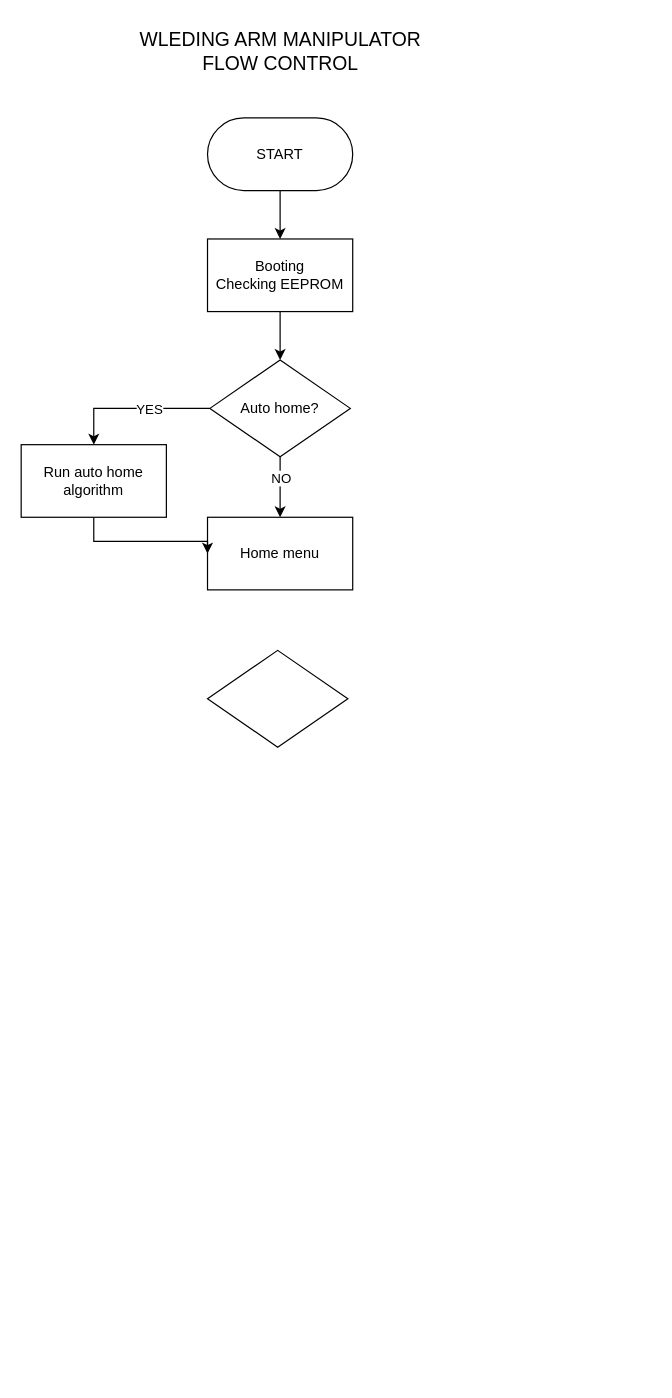
This is page "Teach Pendant" (1 of 2) of Breakdown/Flow Control.drawio from AlfonsusGiovanni/Welding-Arm-Manipulator, a draw.io file, before an edit. Source tidied: cells renumbered, new cells numbered last; positions are measured from the earlier drawing's top-left corner, leaving out a move shared by most shapes. Both pictures are drawn from the tidied source at 121%, with x=0, y=0 at pixel (21, 21).
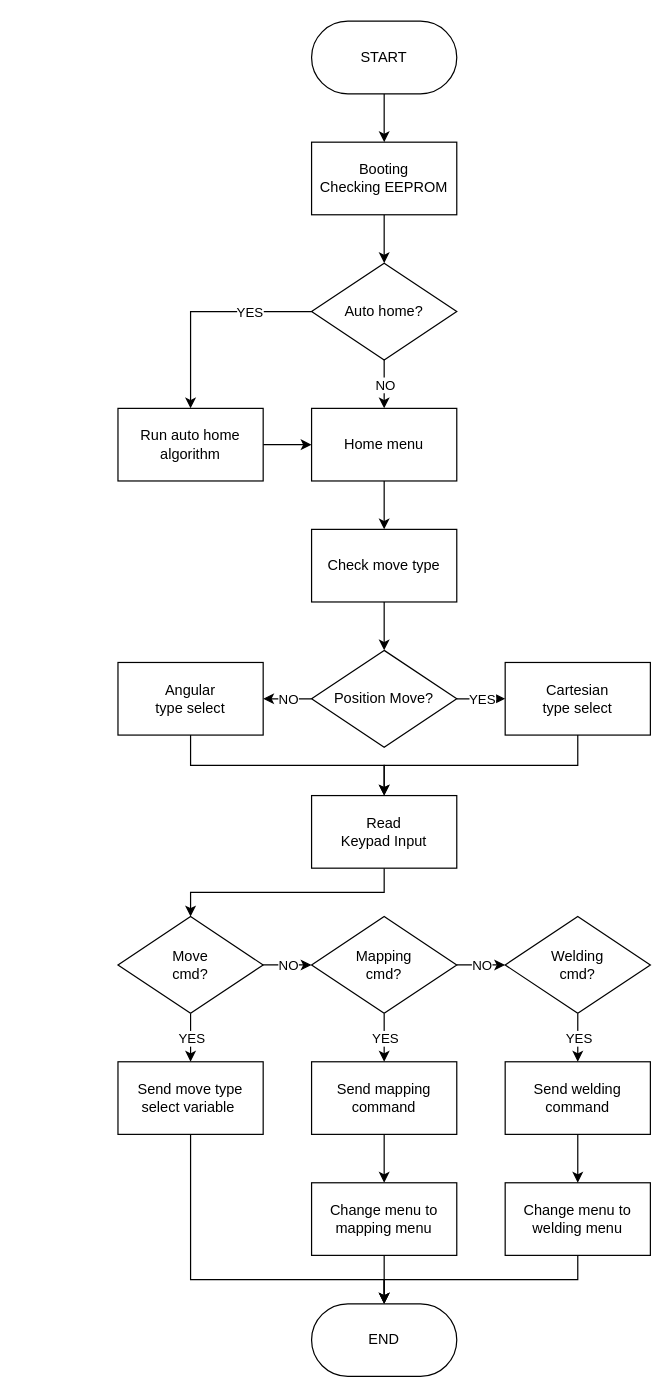
Above is the later version.

The change refers to these unchanged cells:
```xml
<mxCell id="7" style="edgeStyle=orthogonalEdgeStyle;rounded=0;jettySize=auto;html=1;" parent="1" edge="1" source="11" target="12">
  <mxGeometry relative="1" as="geometry" />
</mxCell>
<mxCell id="9" style="edgeStyle=orthogonalEdgeStyle;rounded=0;jettySize=auto;html=1;entryX=0.5;entryY=0;entryDx=0;entryDy=0;" parent="1" edge="1" source="11" target="14">
  <mxGeometry relative="1" as="geometry" />
</mxCell>
```

Change to the diagram source:
```diff
@@
-    <mxCell id="2" value="&lt;div style=&quot;font-size: 16px;&quot;&gt;WLEDING ARM MANIPULATOR&lt;/div&gt;FLOW CONTROL" style="text;html=1;align=center;verticalAlign=middle;strokeColor=none;fillColor=none;fontSize=16;" parent="1" vertex="1">
-      <mxGeometry x="84" width="260" height="50" as="geometry" />
-    </mxCell>
@@
     <mxCell id="4" value="Booting&lt;div&gt;Checking EEPROM&lt;/div&gt;" style="rounded=0;whiteSpace=wrap;html=1;" parent="1" vertex="1">
-      <mxGeometry x="154" y="180" width="120" height="60" as="geometry" />
+      <mxGeometry x="240" y="100" width="120" height="60" as="geometry" />
     </mxCell>
@@
     <mxCell id="6" value="START" style="rounded=1;whiteSpace=wrap;html=1;arcSize=50;" parent="1" vertex="1">
-      <mxGeometry x="154" y="80" width="120" height="60" as="geometry" />
+      <mxGeometry x="240" width="120" height="60" as="geometry" />
     </mxCell>
@@
     <mxCell id="8" value="NO" style="edgeLabel;html=1;align=center;verticalAlign=middle;" parent="7" vertex="1">
-      <mxGeometry x="-0.33" y="2" relative="1" as="geometry">
-        <mxPoint x="-2" as="offset" />
-      </mxGeometry>
+      <mxGeometry relative="1" as="geometry" />
     </mxCell>
@@
     <mxCell id="10" value="YES" style="edgeLabel;html=1;align=center;verticalAlign=middle;" parent="9" vertex="1">
-      <mxGeometry x="-0.05" relative="1" as="geometry">
-        <mxPoint x="9" as="offset" />
+      <mxGeometry relative="1" as="geometry">
+        <mxPoint x="38" as="offset" />
       </mxGeometry>
     </mxCell>
     <mxCell id="11" value="Auto home?" style="rhombus;whiteSpace=wrap;html=1;" parent="1" vertex="1">
-      <mxGeometry x="156" y="280" width="116" height="80" as="geometry" />
+      <mxGeometry x="240" y="200" width="120" height="80" as="geometry" />
     </mxCell>
+    <mxCell id="16" style="edgeStyle=orthogonalEdgeStyle;rounded=0;jettySize=auto;html=1;" parent="1" edge="1" source="12" target="18">
+      <mxGeometry relative="1" as="geometry" />
+    </mxCell>
     <mxCell id="12" value="Home menu" style="rounded=0;whiteSpace=wrap;html=1;" parent="1" vertex="1">
-      <mxGeometry x="154" y="410" width="120" height="60" as="geometry" />
+      <mxGeometry x="240" y="320" width="120" height="60" as="geometry" />
     </mxCell>
-    <mxCell id="13" style="edgeStyle=orthogonalEdgeStyle;rounded=0;jettySize=auto;html=1;entryX=0;entryY=0.5;entryDx=0;entryDy=0;" parent="1" edge="1" source="14" target="12">
-      <mxGeometry relative="1" as="geometry">
-        <Array as="points">
-          <mxPoint x="60" y="430" />
-        </Array>
-      </mxGeometry>
+    <mxCell id="13" style="edgeStyle=orthogonalEdgeStyle;rounded=0;jettySize=auto;html=1;exitX=1;exitY=0.5;exitDx=0;exitDy=0;entryX=0;entryY=0.5;entryDx=0;entryDy=0;" parent="1" edge="1" source="14" target="12">
+      <mxGeometry relative="1" as="geometry" />
     </mxCell>
     <mxCell id="14" value="Run auto home algorithm" style="rounded=0;whiteSpace=wrap;html=1;" parent="1" vertex="1">
-      <mxGeometry y="350" width="120" height="60" as="geometry" />
+      <mxGeometry x="80" y="320" width="120" height="60" as="geometry" />
     </mxCell>
-    <mxCell id="15" style="rhombus;whiteSpace=wrap;html=1;" parent="1" vertex="1">
-      <mxGeometry x="154" y="520" width="116" height="80" as="geometry" />
-    </mxCell>
+    <mxCell id="17" style="edgeStyle=orthogonalEdgeStyle;rounded=0;jettySize=auto;html=1;" parent="1" edge="1" source="18" target="25">
+      <mxGeometry relative="1" as="geometry" />
+    </mxCell>
+    <mxCell id="18" value="Check move type" style="rounded=0;whiteSpace=wrap;html=1;" parent="1" vertex="1">
+      <mxGeometry x="240" y="420" width="120" height="60" as="geometry" />
+    </mxCell>
+    <mxCell id="19" style="edgeStyle=orthogonalEdgeStyle;rounded=0;jettySize=auto;html=1;exitX=0.5;exitY=1;exitDx=0;exitDy=0;entryX=0.5;entryY=0;entryDx=0;entryDy=0;" parent="1" edge="1" source="20" target="34">
+      <mxGeometry relative="1" as="geometry" />
+    </mxCell>
+    <mxCell id="20" value="Read&lt;div&gt;Keypad Input&lt;/div&gt;" style="rounded=0;whiteSpace=wrap;html=1;" parent="1" vertex="1">
+      <mxGeometry x="240" y="640" width="120" height="60" as="geometry" />
+    </mxCell>
+    <mxCell id="21" style="edgeStyle=orthogonalEdgeStyle;rounded=0;jettySize=auto;html=1;" parent="1" edge="1" source="25" target="27">
+      <mxGeometry relative="1" as="geometry" />
+    </mxCell>
+    <mxCell id="22" value="YES" style="edgeLabel;html=1;align=center;verticalAlign=middle;" parent="21" vertex="1">
+      <mxGeometry relative="1" as="geometry" />
+    </mxCell>
+    <mxCell id="23" style="edgeStyle=orthogonalEdgeStyle;rounded=0;jettySize=auto;html=1;" parent="1" edge="1" source="25" target="29">
+      <mxGeometry relative="1" as="geometry" />
+    </mxCell>
+    <mxCell id="24" value="NO" style="edgeLabel;html=1;align=center;verticalAlign=middle;" parent="23" vertex="1">
+      <mxGeometry relative="1" as="geometry" />
+    </mxCell>
+    <mxCell id="25" value="Position Move?" style="rhombus;whiteSpace=wrap;html=1;" parent="1" vertex="1">
+      <mxGeometry x="240" y="520" width="120" height="80" as="geometry" />
+    </mxCell>
+    <mxCell id="26" style="edgeStyle=orthogonalEdgeStyle;rounded=0;jettySize=auto;html=1;exitX=0.5;exitY=1;exitDx=0;exitDy=0;entryX=0.5;entryY=0;entryDx=0;entryDy=0;" parent="1" edge="1" source="27" target="20">
+      <mxGeometry relative="1" as="geometry" />
+    </mxCell>
+    <mxCell id="27" value="Cartesian&lt;div&gt;type&amp;nbsp;&lt;span style=&quot;background-color: initial;&quot;&gt;select&lt;/span&gt;&lt;/div&gt;" style="rounded=0;whiteSpace=wrap;html=1;" parent="1" vertex="1">
+      <mxGeometry x="400" y="530" width="120" height="60" as="geometry" />
+    </mxCell>
+    <mxCell id="28" style="edgeStyle=orthogonalEdgeStyle;rounded=0;jettySize=auto;html=1;exitX=0.5;exitY=1;exitDx=0;exitDy=0;entryX=0.5;entryY=0;entryDx=0;entryDy=0;" parent="1" edge="1" source="29" target="20">
+      <mxGeometry relative="1" as="geometry" />
+    </mxCell>
+    <mxCell id="29" value="Angular&lt;div&gt;type&amp;nbsp;&lt;span style=&quot;background-color: initial;&quot;&gt;select&lt;/span&gt;&lt;/div&gt;" style="rounded=0;whiteSpace=wrap;html=1;" parent="1" vertex="1">
+      <mxGeometry x="80" y="530" width="120" height="60" as="geometry" />
+    </mxCell>
+    <mxCell id="30" style="edgeStyle=orthogonalEdgeStyle;rounded=0;jettySize=auto;html=1;" parent="1" edge="1" source="34" target="36">
+      <mxGeometry relative="1" as="geometry" />
+    </mxCell>
+    <mxCell id="31" value="YES" style="edgeLabel;html=1;align=center;verticalAlign=middle;" parent="30" vertex="1">
+      <mxGeometry relative="1" as="geometry" />
+    </mxCell>
+    <mxCell id="32" style="edgeStyle=orthogonalEdgeStyle;rounded=0;jettySize=auto;html=1;" parent="1" edge="1" source="34" target="42">
+      <mxGeometry relative="1" as="geometry" />
+    </mxCell>
+    <mxCell id="33" value="NO" style="edgeLabel;html=1;align=center;verticalAlign=middle;" parent="32" vertex="1">
+      <mxGeometry relative="1" as="geometry" />
+    </mxCell>
+    <mxCell id="34" value="Move&lt;div&gt;cmd?&lt;/div&gt;" style="rhombus;whiteSpace=wrap;html=1;" parent="1" vertex="1">
+      <mxGeometry x="80" y="740" width="120" height="80" as="geometry" />
+    </mxCell>
+    <mxCell id="35" style="edgeStyle=orthogonalEdgeStyle;rounded=0;jettySize=auto;html=1;exitX=0.5;exitY=1;exitDx=0;exitDy=0;entryX=0.5;entryY=0;entryDx=0;entryDy=0;" parent="1" edge="1" source="36" target="37">
+      <mxGeometry relative="1" as="geometry">
+        <Array as="points">
+          <mxPoint x="140" y="1040" />
+          <mxPoint x="300" y="1040" />
+        </Array>
+      </mxGeometry>
+    </mxCell>
+    <mxCell id="36" value="Send move type select variable&amp;nbsp;" style="rounded=0;whiteSpace=wrap;html=1;" parent="1" vertex="1">
+      <mxGeometry x="80" y="860" width="120" height="60" as="geometry" />
+    </mxCell>
+    <mxCell id="37" value="END" style="rounded=1;whiteSpace=wrap;html=1;arcSize=50;" parent="1" vertex="1">
+      <mxGeometry x="240" y="1060" width="120" height="60" as="geometry" />
+    </mxCell>
+    <mxCell id="38" style="edgeStyle=orthogonalEdgeStyle;rounded=0;jettySize=auto;html=1;" parent="1" edge="1" source="42" target="47">
+      <mxGeometry relative="1" as="geometry" />
+    </mxCell>
+    <mxCell id="39" value="YES" style="edgeLabel;html=1;align=center;verticalAlign=middle;" parent="38" vertex="1">
+      <mxGeometry relative="1" as="geometry" />
+    </mxCell>
+    <mxCell id="40" style="edgeStyle=orthogonalEdgeStyle;rounded=0;jettySize=auto;html=1;" parent="1" edge="1" source="42" target="45">
+      <mxGeometry relative="1" as="geometry" />
+    </mxCell>
+    <mxCell id="41" value="NO" style="edgeLabel;html=1;align=center;verticalAlign=middle;" parent="40" vertex="1">
+      <mxGeometry relative="1" as="geometry" />
+    </mxCell>
+    <mxCell id="42" value="Mapping&lt;div&gt;cmd?&lt;/div&gt;" style="rhombus;whiteSpace=wrap;html=1;" parent="1" vertex="1">
+      <mxGeometry x="240" y="740" width="120" height="80" as="geometry" />
+    </mxCell>
+    <mxCell id="43" style="edgeStyle=orthogonalEdgeStyle;rounded=0;jettySize=auto;html=1;" parent="1" edge="1" source="45" target="49">
+      <mxGeometry relative="1" as="geometry" />
+    </mxCell>
+    <mxCell id="44" value="YES" style="edgeLabel;html=1;align=center;verticalAlign=middle;" parent="43" vertex="1">
+      <mxGeometry relative="1" as="geometry" />
+    </mxCell>
+    <mxCell id="45" value="Welding&lt;div&gt;cmd?&lt;/div&gt;" style="rhombus;whiteSpace=wrap;html=1;" parent="1" vertex="1">
+      <mxGeometry x="400" y="740" width="120" height="80" as="geometry" />
+    </mxCell>
+    <mxCell id="46" style="edgeStyle=orthogonalEdgeStyle;rounded=0;jettySize=auto;html=1;" parent="1" edge="1" source="47" target="51">
+      <mxGeometry relative="1" as="geometry" />
+    </mxCell>
+    <mxCell id="47" value="Send mapping command" style="rounded=0;whiteSpace=wrap;html=1;" parent="1" vertex="1">
+      <mxGeometry x="240" y="860" width="120" height="60" as="geometry" />
+    </mxCell>
+    <mxCell id="48" style="edgeStyle=orthogonalEdgeStyle;rounded=0;jettySize=auto;html=1;" parent="1" edge="1" source="49" target="53">
+      <mxGeometry relative="1" as="geometry" />
+    </mxCell>
+    <mxCell id="49" value="Send welding command" style="rounded=0;whiteSpace=wrap;html=1;" parent="1" vertex="1">
+      <mxGeometry x="400" y="860" width="120" height="60" as="geometry" />
+    </mxCell>
+    <mxCell id="50" style="edgeStyle=orthogonalEdgeStyle;rounded=0;jettySize=auto;html=1;exitX=0.5;exitY=1;exitDx=0;exitDy=0;entryX=0.5;entryY=0;entryDx=0;entryDy=0;" parent="1" edge="1" source="51" target="37">
+      <mxGeometry relative="1" as="geometry" />
+    </mxCell>
+    <mxCell id="51" value="Change menu to mapping menu" style="rounded=0;whiteSpace=wrap;html=1;" parent="1" vertex="1">
+      <mxGeometry x="240" y="960" width="120" height="60" as="geometry" />
+    </mxCell>
+    <mxCell id="52" style="edgeStyle=orthogonalEdgeStyle;rounded=0;jettySize=auto;html=1;exitX=0.5;exitY=1;exitDx=0;exitDy=0;entryX=0.5;entryY=0;entryDx=0;entryDy=0;" parent="1" edge="1" source="53" target="37">
+      <mxGeometry relative="1" as="geometry" />
+    </mxCell>
+    <mxCell id="53" value="Change menu to welding menu" style="rounded=0;whiteSpace=wrap;html=1;" parent="1" vertex="1">
+      <mxGeometry x="400" y="960" width="120" height="60" as="geometry" />
+    </mxCell>
```
